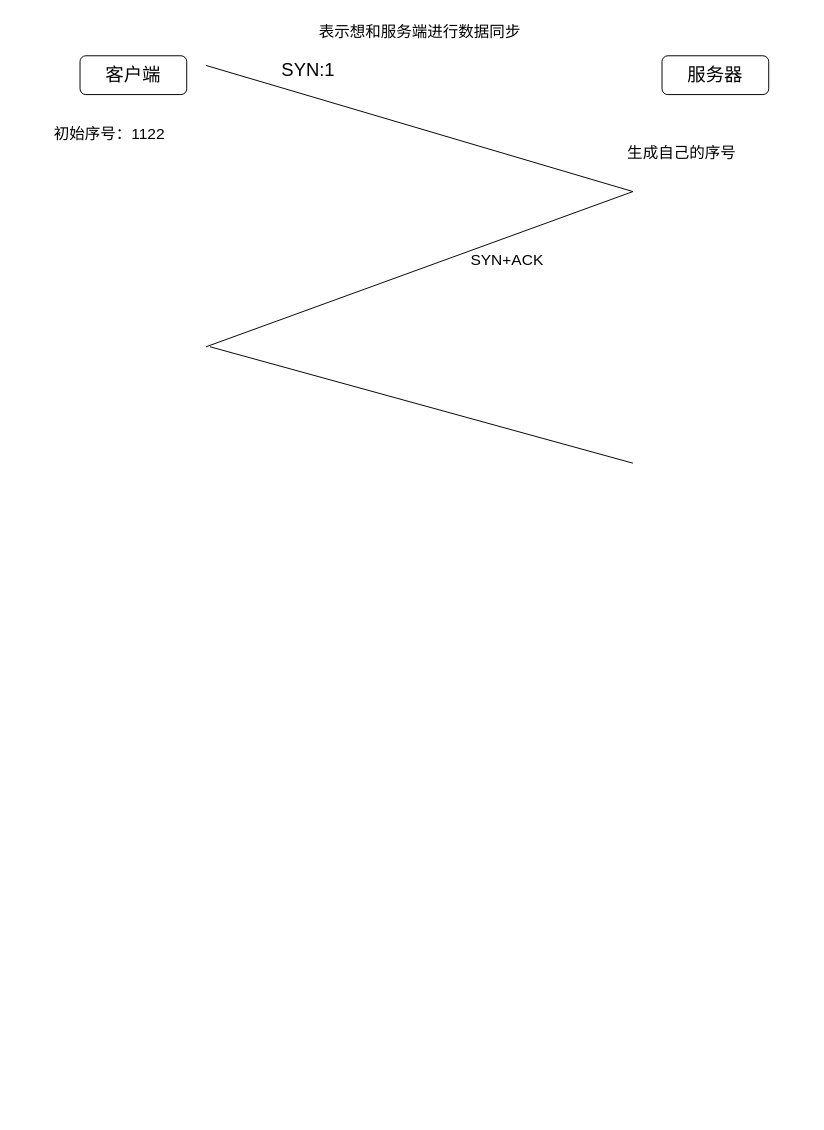
chaseFunny/Daily-Interview keeps this draw.io diagram as 三次握手和四次挥手/main.drawio. Above is the earlier version. Source tidied: cells renumbered, new cells numbered last; positions are measured from the earlier drawing's top-left corner, leaving out a move shared by most shapes. Both pictures are drawn from the tidied source at 97%, with x=0, y=0 at pixel (46, 16).
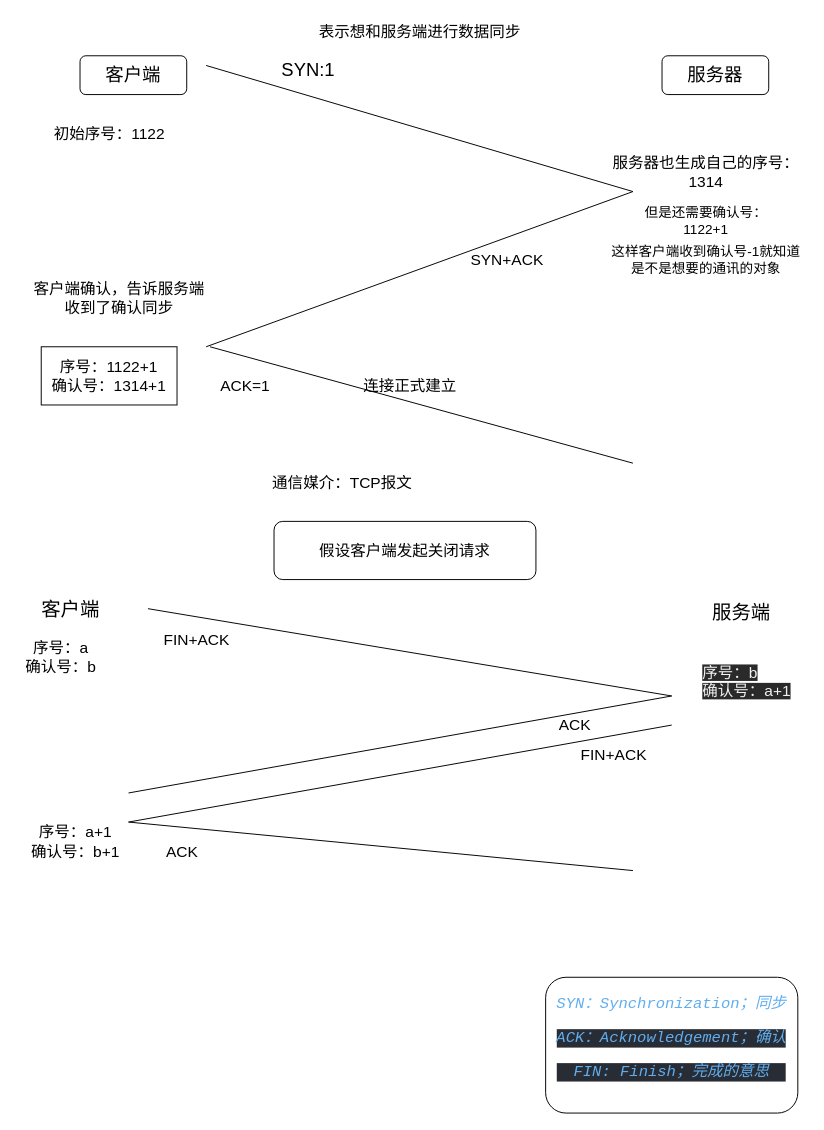
The same page after the edit.

Diff of the diagram source:
```diff
@@
-    <mxCell id="11" value="生成自己的序号" style="text;html=1;align=center;verticalAlign=middle;strokeColor=none;fillColor=none;fontSize=16;" parent="1" vertex="1">
-      <mxGeometry x="590" y="130" width="130" height="20" as="geometry" />
+    <mxCell id="11" value="服务器也生成自己的序号：&lt;br&gt;1314" style="text;html=1;align=center;verticalAlign=middle;strokeColor=none;fillColor=none;fontSize=16;" parent="1" vertex="1">
+      <mxGeometry x="575" y="140" width="210" height="40" as="geometry" />
     </mxCell>
+    <mxCell id="12" value="&lt;font style=&quot;font-size: 14px&quot;&gt;但是还需要确认号：&lt;br&gt;1122+1&lt;/font&gt;" style="text;html=1;align=center;verticalAlign=middle;strokeColor=none;fillColor=none;" parent="1" vertex="1">
+      <mxGeometry x="610" y="190" width="140" height="40" as="geometry" />
+    </mxCell>
+    <mxCell id="13" value="这样客户端收到确认号-1就知道&lt;br&gt;是不是想要的通讯的对象" style="text;html=1;align=center;verticalAlign=middle;strokeColor=none;fillColor=none;fontSize=14;" parent="1" vertex="1">
+      <mxGeometry x="575" y="230" width="210" height="40" as="geometry" />
+    </mxCell>
+    <mxCell id="14" value="&lt;font style=&quot;font-size: 16px&quot;&gt;客户端确认，告诉服务端&lt;br&gt;收到了确认同步&lt;br&gt;&lt;/font&gt;" style="text;html=1;align=center;verticalAlign=middle;strokeColor=none;fillColor=none;fontSize=14;" parent="1" vertex="1">
+      <mxGeometry x="-20" y="270" width="190" height="40" as="geometry" />
+    </mxCell>
+    <mxCell id="15" value="通信媒介：TCP报文" style="text;html=1;align=center;verticalAlign=middle;strokeColor=none;fillColor=none;fontSize=16;" parent="1" vertex="1">
+      <mxGeometry x="225" y="470" width="160" height="20" as="geometry" />
+    </mxCell>
+    <mxCell id="16" value="ACK=1" style="text;html=1;align=center;verticalAlign=middle;strokeColor=none;fillColor=none;fontSize=16;" parent="1" vertex="1">
+      <mxGeometry x="170" y="370" width="70" height="20" as="geometry" />
+    </mxCell>
+    <mxCell id="17" value="连接正式建立" style="text;html=1;align=center;verticalAlign=middle;strokeColor=none;fillColor=none;fontSize=16;" parent="1" vertex="1">
+      <mxGeometry x="320" y="370" width="110" height="20" as="geometry" />
+    </mxCell>
+    <mxCell id="18" value="序号：1122+1&lt;br&gt;确认号：1314+1" style="whiteSpace=wrap;html=1;fontSize=16;" parent="1" vertex="1">
+      <mxGeometry x="-5" y="340" width="140" height="60" as="geometry" />
+    </mxCell>
+    <mxCell id="19" value="假设客户端发起关闭请求" style="rounded=1;whiteSpace=wrap;html=1;fontSize=16;" parent="1" vertex="1">
+      <mxGeometry x="235" y="520" width="270" height="60" as="geometry" />
+    </mxCell>
+    <mxCell id="20" value="&lt;font style=&quot;font-size: 20px&quot;&gt;客户端&lt;/font&gt;" style="text;html=1;align=center;verticalAlign=middle;strokeColor=none;fillColor=none;fontSize=16;" parent="1" vertex="1">
+      <mxGeometry x="-15" y="595" width="80" height="30" as="geometry" />
+    </mxCell>
+    <mxCell id="21" style="endArrow=none;html=1;fontSize=19;" parent="1" edge="1">
+      <mxGeometry relative="1" as="geometry">
+        <mxPoint x="105" y="610" as="sourcePoint" />
+        <mxPoint x="645" y="700" as="targetPoint" />
+      </mxGeometry>
+    </mxCell>
+    <mxCell id="22" value="&lt;font style=&quot;font-size: 16px&quot;&gt;FIN+ACK&lt;/font&gt;" style="text;html=1;align=center;verticalAlign=middle;strokeColor=none;fillColor=none;fontSize=20;" parent="1" vertex="1">
+      <mxGeometry x="115" y="625" width="80" height="30" as="geometry" />
+    </mxCell>
+    <mxCell id="23" value="&lt;span style=&quot;font-family: &amp;#34;jetbrains mono&amp;#34; , monospace ; font-size: 12pt ; color: rgb(97 , 174 , 239) ; font-style: italic&quot;&gt;SYN&lt;/span&gt;&lt;span style=&quot;font-size: 12pt ; color: rgb(97 , 174 , 239) ; font-style: italic ; font-family: &amp;#34;simsun&amp;#34; , monospace&quot;&gt;：&lt;/span&gt;&lt;span style=&quot;font-family: &amp;#34;jetbrains mono&amp;#34; , monospace ; font-size: 12pt ; color: rgb(97 , 174 , 239) ; font-style: italic&quot;&gt;Synchronization&lt;/span&gt;&lt;span style=&quot;font-size: 12pt ; color: rgb(97 , 174 , 239) ; font-style: italic ; font-family: &amp;#34;simsun&amp;#34; , monospace&quot;&gt;；同步&lt;br&gt;&lt;/span&gt;&lt;pre style=&quot;background-color: #282c34 ; color: #abb2bf ; font-family: &amp;#34;jetbrains mono&amp;#34; , monospace ; font-size: 12.0pt&quot;&gt;&lt;span style=&quot;color: #61aeef ; font-style: italic&quot;&gt;ACK&lt;/span&gt;&lt;span style=&quot;color: #61aeef ; font-style: italic ; font-family: &amp;#34;simsun&amp;#34; , monospace&quot;&gt;：&lt;/span&gt;&lt;span style=&quot;color: #61aeef ; font-style: italic&quot;&gt;Acknowledgement&lt;/span&gt;&lt;span style=&quot;color: #61aeef ; font-style: italic ; font-family: &amp;#34;simsun&amp;#34; , monospace&quot;&gt;；确认&lt;/span&gt;&lt;/pre&gt;&lt;pre style=&quot;background-color: #282c34 ; color: #abb2bf ; font-family: &amp;#34;jetbrains mono&amp;#34; , monospace ; font-size: 12.0pt&quot;&gt;&lt;pre style=&quot;font-family: &amp;#34;jetbrains mono&amp;#34; , monospace ; font-size: 12pt&quot;&gt;&lt;span style=&quot;color: #61aeef ; font-style: italic&quot;&gt;FIN: &lt;/span&gt;&lt;span style=&quot;color: #61aeef ; font-style: italic&quot;&gt;Finish&lt;/span&gt;&lt;span style=&quot;color: #61aeef ; font-style: italic ; font-family: &amp;#34;simsun&amp;#34; , monospace&quot;&gt;；完成的意思&lt;/span&gt;&lt;/pre&gt;&lt;/pre&gt;" style="rounded=1;whiteSpace=wrap;html=1;fontSize=16;" parent="1" vertex="1">
+      <mxGeometry x="515" y="990" width="260" height="140" as="geometry" />
+    </mxCell>
+    <mxCell id="24" style="endArrow=none;html=1;fontSize=19;" parent="1" edge="1">
+      <mxGeometry relative="1" as="geometry">
+        <mxPoint x="85" y="800" as="sourcePoint" />
+        <mxPoint x="645" y="700" as="targetPoint" />
+      </mxGeometry>
+    </mxCell>
+    <mxCell id="25" value="ACK" style="text;html=1;align=center;verticalAlign=middle;strokeColor=none;fillColor=none;fontSize=16;" parent="1" vertex="1">
+      <mxGeometry x="520" y="720" width="50" height="20" as="geometry" />
+    </mxCell>
+    <mxCell id="26" value="&lt;div style=&quot;text-align: center&quot;&gt;&lt;span style=&quot;font-size: 20px&quot;&gt;&lt;font face=&quot;helvetica&quot;&gt;服务端&lt;/font&gt;&lt;/span&gt;&lt;/div&gt;" style="text;whiteSpace=wrap;html=1;fontSize=16;" parent="1" vertex="1">
+      <mxGeometry x="685" y="595" width="90" height="40" as="geometry" />
+    </mxCell>
+    <mxCell id="27" value="序号：a&lt;br&gt;确认号：b" style="text;html=1;align=center;verticalAlign=middle;strokeColor=none;fillColor=none;fontSize=16;" parent="1" vertex="1">
+      <mxGeometry x="-30" y="640" width="90" height="40" as="geometry" />
+    </mxCell>
+    <mxCell id="28" value="&lt;span style=&quot;color: rgb(240 , 240 , 240) ; font-family: &amp;#34;helvetica&amp;#34; ; font-size: 16px ; font-style: normal ; font-weight: 400 ; letter-spacing: normal ; text-align: center ; text-indent: 0px ; text-transform: none ; word-spacing: 0px ; background-color: rgb(42 , 42 , 42) ; display: inline ; float: none&quot;&gt;序号：b&lt;/span&gt;&lt;br style=&quot;color: rgb(240 , 240 , 240) ; font-family: &amp;#34;helvetica&amp;#34; ; font-size: 16px ; font-style: normal ; font-weight: 400 ; letter-spacing: normal ; text-align: center ; text-indent: 0px ; text-transform: none ; word-spacing: 0px ; background-color: rgb(42 , 42 , 42)&quot;&gt;&lt;span style=&quot;color: rgb(240 , 240 , 240) ; font-family: &amp;#34;helvetica&amp;#34; ; font-size: 16px ; font-style: normal ; font-weight: 400 ; letter-spacing: normal ; text-align: center ; text-indent: 0px ; text-transform: none ; word-spacing: 0px ; background-color: rgb(42 , 42 , 42) ; display: inline ; float: none&quot;&gt;确认号：a+1&lt;/span&gt;" style="text;whiteSpace=wrap;html=1;fontSize=16;" parent="1" vertex="1">
+      <mxGeometry x="675" y="660" width="100" height="50" as="geometry" />
+    </mxCell>
+    <mxCell id="29" style="endArrow=none;html=1;fontSize=19;" parent="1" edge="1">
+      <mxGeometry relative="1" as="geometry">
+        <mxPoint x="85" y="830" as="sourcePoint" />
+        <mxPoint x="645" y="730" as="targetPoint" />
+      </mxGeometry>
+    </mxCell>
+    <mxCell id="30" value="FIN+ACK" style="text;html=1;align=center;verticalAlign=middle;strokeColor=none;fillColor=none;fontSize=16;" parent="1" vertex="1">
+      <mxGeometry x="545" y="750" width="80" height="20" as="geometry" />
+    </mxCell>
+    <mxCell id="31" style="endArrow=none;html=1;fontSize=19;" parent="1" edge="1">
+      <mxGeometry relative="1" as="geometry">
+        <mxPoint x="85" y="830" as="sourcePoint" />
+        <mxPoint x="605" y="880" as="targetPoint" />
+      </mxGeometry>
+    </mxCell>
+    <mxCell id="32" value="ACK" style="text;html=1;align=center;verticalAlign=middle;strokeColor=none;fillColor=none;fontSize=16;" parent="1" vertex="1">
+      <mxGeometry x="115" y="850" width="50" height="20" as="geometry" />
+    </mxCell>
+    <mxCell id="33" value="序号：a+1&lt;br&gt;确认号：b+1" style="text;html=1;align=center;verticalAlign=middle;strokeColor=none;fillColor=none;fontSize=16;" parent="1" vertex="1">
+      <mxGeometry x="-25" y="830" width="110" height="40" as="geometry" />
+    </mxCell>
```
